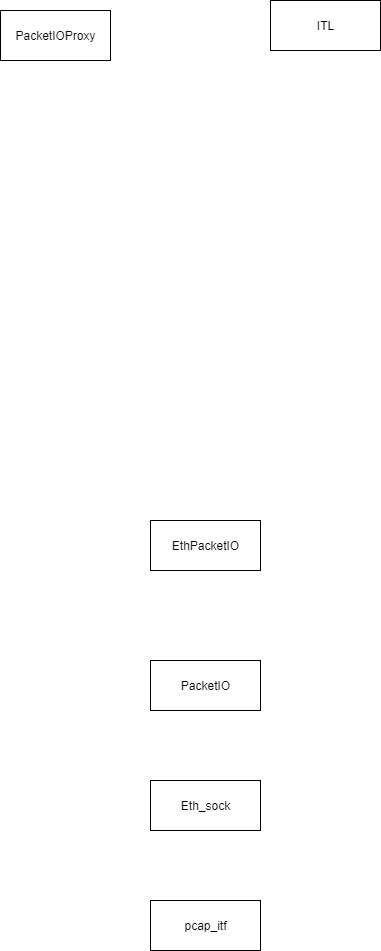
Above: UML/Pcap.drawio.png in Steve888888/FN-Redundancy (draw.io), before the change. Source tidied: cells renumbered, new cells last; positions are measured from the earlier drawing's top-left corner, leaving out a move shared by most shapes.
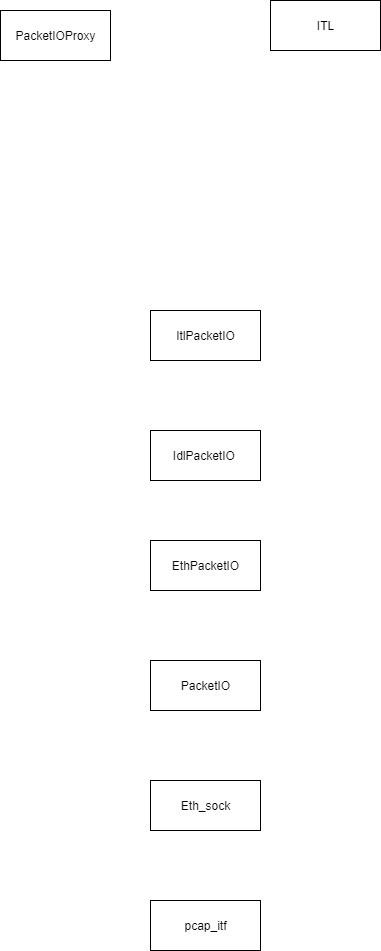
The same diagram one commit later.

The edit, as a diff of the source:
```diff
@@ -18,7 +18,13 @@
       <mxGeometry x="150" y="900" width="110" height="50" as="geometry" />
     </mxCell>
     <mxCell id="7" value="EthPacketIO" style="html=1;whiteSpace=wrap;" parent="1" vertex="1">
-      <mxGeometry x="150" y="520" width="110" height="50" as="geometry" />
+      <mxGeometry x="150" y="540" width="110" height="50" as="geometry" />
     </mxCell>
+    <mxCell id="8" value="IdlPacketIO&amp;nbsp;" style="html=1;whiteSpace=wrap;" parent="1" vertex="1">
+      <mxGeometry x="150" y="430" width="110" height="50" as="geometry" />
+    </mxCell>
+    <mxCell id="9" value="ItlPacketIO" style="html=1;whiteSpace=wrap;" parent="1" vertex="1">
+      <mxGeometry x="150" y="310" width="110" height="50" as="geometry" />
+    </mxCell>
   </root>
 </mxGraphModel>
```
